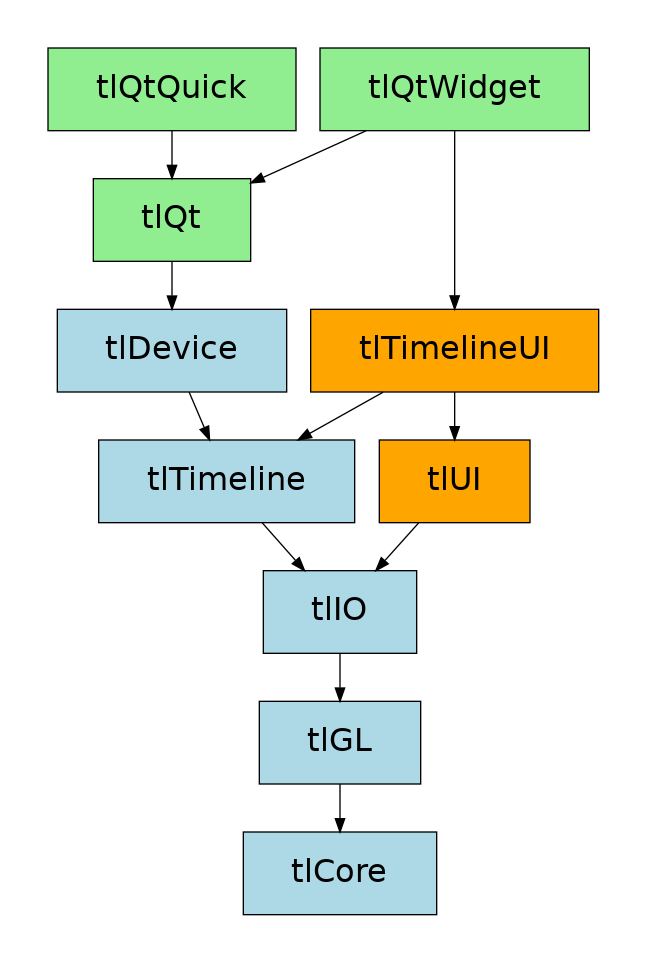
darbyjohnston/tlRender keeps this Graphviz diagram as etc/Images/tlRenderLibraries.png. Above is the earlier version. Its source is kept beside it as etc/Images/tlRenderLibraries.dot. Its diagram source:
```dot
digraph "tlRender" {
    pad = 0.5
    node [ fontsize = 24, style = filled, fontname = NotoSans, fontcolor = black, margin = "0.5,0.25" ];
    "node0" [ label = "tlTimeline", shape = rectangle, fillcolor = lightblue ];
    "node1" [ label = "tlIO", shape = rectangle, fillcolor = lightblue ];
    "node2" [ label = "tlGL", shape = rectangle, fillcolor = lightblue ];
    "node3" [ label = "tlCore", shape = rectangle, fillcolor = lightblue ];
    "node2" -> "node3"  // tlGL -> tlCore
    "node1" -> "node2"  // tlIO -> tlGL
    "node0" -> "node1"  // tlTimeline -> tlIO
    "node4" [ label = "tlQtWidget", shape = rectangle, fillcolor = lightgreen ];
    "node5" [ label = "tlQt", shape = rectangle, fillcolor = lightgreen ];
    "node6" [ label = "tlDevice", shape = rectangle, fillcolor = lightblue ];
    "node6" -> "node0"  // tlDevice -> tlTimeline
    "node5" -> "node6"  // tlQt -> tlDevice
    "node4" -> "node5"  // tlQtWidget -> tlQt
    "node7" [ label = "tlTimelineUI", shape = rectangle, fillcolor = orange ];
    "node7" -> "node0"  // tlTimelineUI -> tlTimeline
    "node8" [ label = "tlUI", shape = rectangle, fillcolor = orange ];
    "node8" -> "node1"  // tlUI -> tlIO
    "node7" -> "node8"  // tlTimelineUI -> tlUI
    "node4" -> "node7"  // tlQtWidget -> tlTimelineUI
    "node9" [ label = "tlQtQuick", shape = rectangle, fillcolor = lightgreen ];
    "node9" -> "node5"  // tlQtQuick -> tlQt
}
```
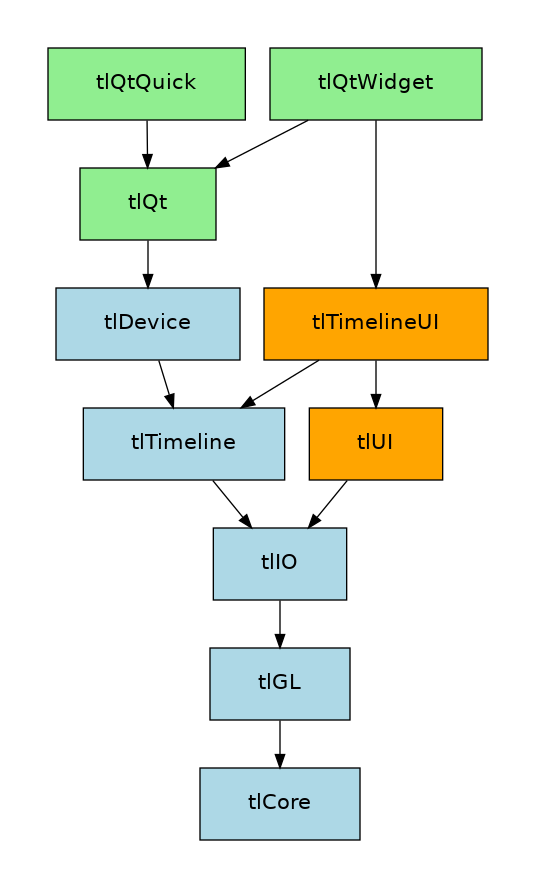
Above is the later version.

The edit, as a diff of the source:
```diff
@@ -1,6 +1,6 @@
 digraph "tlRender" {
     pad = 0.5
-    node [ fontsize = 24, style = filled, fontname = NotoSans, fontcolor = black, margin = "0.5,0.25" ];
+    node [ fontsize = 16, style = filled, fontname = NotoSans, fontcolor = black, margin = "0.5,0.25" ];
     "node0" [ label = "tlTimeline", shape = rectangle, fillcolor = lightblue ];
     "node1" [ label = "tlIO", shape = rectangle, fillcolor = lightblue ];
     "node2" [ label = "tlGL", shape = rectangle, fillcolor = lightblue ];
```
